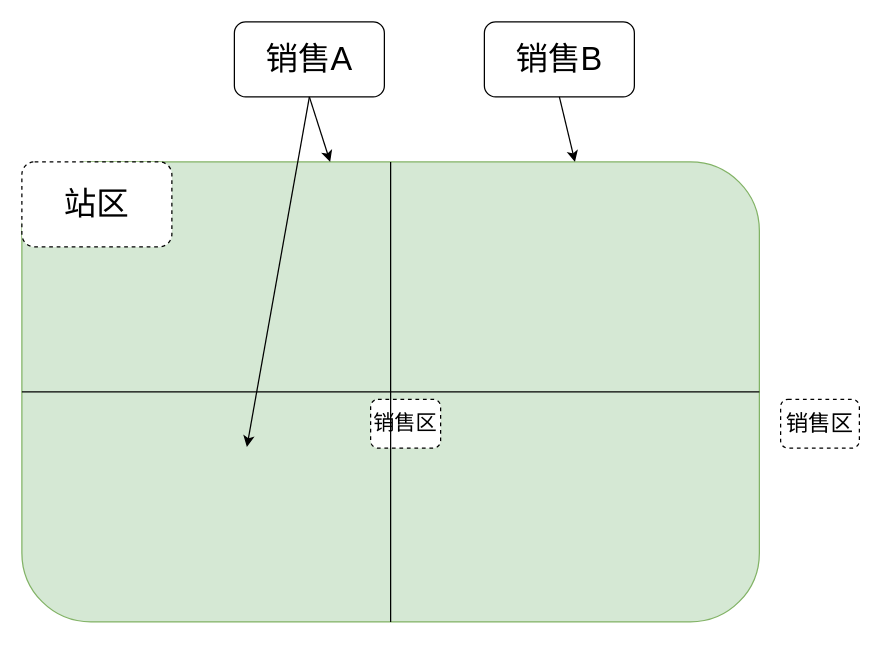
Above: 销售和区域.drawio in WinchongYoung/draw.io (draw.io), before the change. Source tidied: cells renumbered, new cells numbered last; positions are measured from the earlier drawing's top-left corner, leaving out a move shared by most shapes. Both pictures are drawn from the tidied source at 125%, with x=0, y=0 at pixel (21, 21).
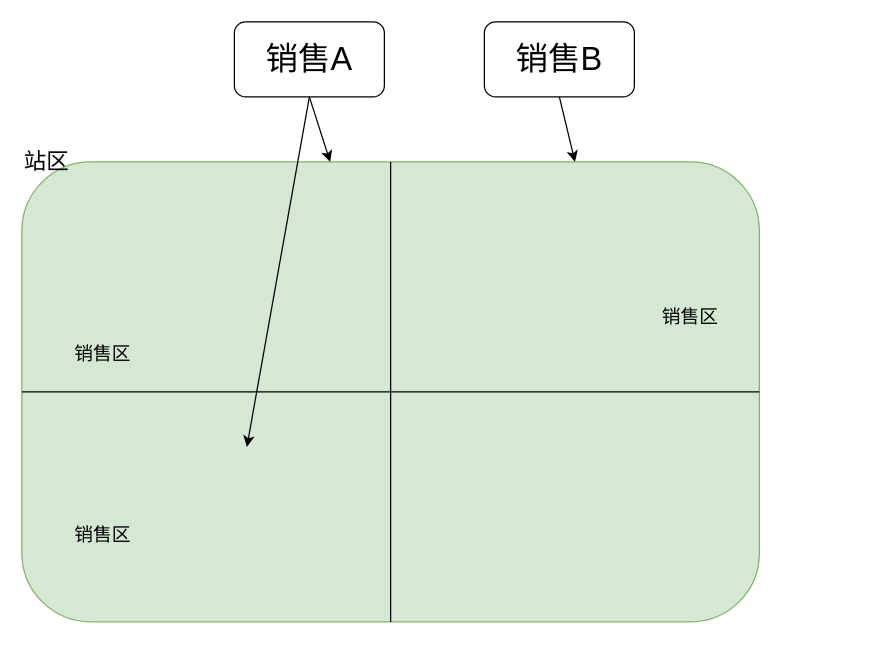
Above is the later version.

Commit message:
更新销售和区域_销售绑定销售区.drawio

Diff of the diagram source:
```diff
@@
 <mxGraphModel>
   <root>
     <mxCell id="0" />
     <mxCell id="1" parent="0" />
     <mxCell id="2" style="rounded=1;whiteSpace=wrap;html=1;fillColor=#d5e8d4;strokeColor=#82b366;" parent="1" vertex="1">
       <mxGeometry y="112" width="590" height="368" as="geometry" />
     </mxCell>
-    <mxCell id="3" value="&lt;font style=&quot;font-size: 26px&quot;&gt;站区&lt;/font&gt;" style="rounded=1;whiteSpace=wrap;html=1;dashed=1;" parent="1" vertex="1">
-      <mxGeometry y="112" width="120" height="68" as="geometry" />
-    </mxCell>
     <mxCell id="4" value="&lt;font style=&quot;font-size: 26px&quot;&gt;销售A&lt;/font&gt;" style="rounded=1;whiteSpace=wrap;html=1;" parent="1" vertex="1">
       <mxGeometry x="170" width="120" height="60" as="geometry" />
     </mxCell>
     <mxCell id="5" value="&lt;font style=&quot;font-size: 26px&quot;&gt;销售B&lt;/font&gt;" style="rounded=1;whiteSpace=wrap;html=1;" parent="1" vertex="1">
       <mxGeometry x="370" width="120" height="60" as="geometry" />
     </mxCell>
     <mxCell id="6" style="endArrow=classic;html=1;exitX=0.5;exitY=1;exitDx=0;exitDy=0;entryX=0.75;entryY=0;entryDx=0;entryDy=0;" parent="1" edge="1" source="5" target="2">
       <mxGeometry relative="1" as="geometry" />
     </mxCell>
     <mxCell id="7" style="endArrow=classic;html=1;exitX=0.5;exitY=1;exitDx=0;exitDy=0;entryX=0.418;entryY=0;entryDx=0;entryDy=0;entryPerimeter=0;" parent="1" edge="1" source="4" target="2">
       <mxGeometry relative="1" as="geometry" />
     </mxCell>
-    <mxCell id="8" value="&lt;font style=&quot;font-size: 17px&quot;&gt;销售区&lt;/font&gt;" style="rounded=1;whiteSpace=wrap;html=1;dashed=1;" parent="1" vertex="1">
-      <mxGeometry x="279" y="302" width="56" height="39" as="geometry" />
-    </mxCell>
-    <mxCell id="9" value="&lt;font style=&quot;font-size: 18px&quot;&gt;销售区&lt;/font&gt;" style="rounded=1;whiteSpace=wrap;html=1;dashed=1;" parent="1" vertex="1">
-      <mxGeometry x="607" y="302" width="63" height="39" as="geometry" />
-    </mxCell>
     <mxCell id="10" style="endArrow=none;html=1;entryX=1;entryY=0.5;entryDx=0;entryDy=0;exitX=0;exitY=0.5;exitDx=0;exitDy=0;" parent="1" edge="1" source="2" target="2">
       <mxGeometry relative="1" as="geometry" />
     </mxCell>
     <mxCell id="11" style="endArrow=none;html=1;entryX=0.5;entryY=0;entryDx=0;entryDy=0;exitX=0.5;exitY=1;exitDx=0;exitDy=0;" parent="1" edge="1" source="2" target="2">
       <mxGeometry relative="1" as="geometry" />
     </mxCell>
     <mxCell id="12" style="endArrow=classic;html=1;exitX=0.5;exitY=1;exitDx=0;exitDy=0;" parent="1" edge="1" source="4">
       <mxGeometry relative="1" as="geometry">
         <mxPoint x="180" y="340" as="targetPoint" />
       </mxGeometry>
     </mxCell>
+    <mxCell id="3" value="&lt;font style=&quot;font-size: 18px&quot;&gt;站区&lt;/font&gt;" style="text;html=1;strokeColor=none;fillColor=none;align=center;verticalAlign=middle;whiteSpace=wrap;rounded=0;" parent="1" vertex="1">
+      <mxGeometry y="102" width="40" height="20" as="geometry" />
+    </mxCell>
+    <mxCell id="13" value="&lt;font style=&quot;font-size: 15px&quot;&gt;销售区&lt;/font&gt;" style="text;html=1;strokeColor=none;fillColor=none;align=center;verticalAlign=middle;whiteSpace=wrap;rounded=0;" parent="1" vertex="1">
+      <mxGeometry x="30" y="250" width="70" height="30" as="geometry" />
+    </mxCell>
+    <mxCell id="14" value="&lt;font style=&quot;font-size: 15px&quot;&gt;销售区&lt;/font&gt;" style="text;html=1;strokeColor=none;fillColor=none;align=center;verticalAlign=middle;whiteSpace=wrap;rounded=0;" parent="1" vertex="1">
+      <mxGeometry x="30" y="395" width="70" height="30" as="geometry" />
+    </mxCell>
+    <mxCell id="15" value="&lt;font style=&quot;font-size: 15px&quot;&gt;销售区&lt;/font&gt;" style="text;html=1;strokeColor=none;fillColor=none;align=center;verticalAlign=middle;whiteSpace=wrap;rounded=0;" parent="1" vertex="1">
+      <mxGeometry x="500" y="220" width="70" height="30" as="geometry" />
+    </mxCell>
   </root>
 </mxGraphModel>
```
